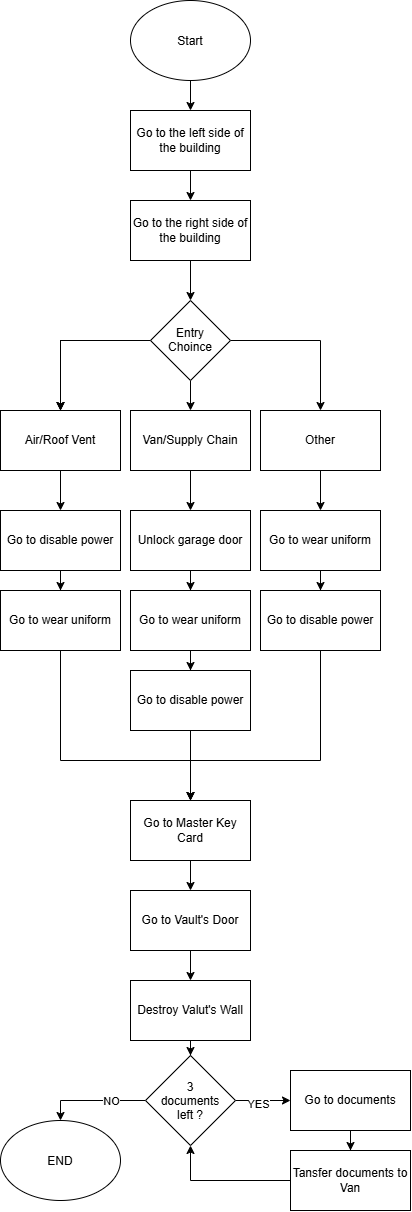
Earlier version of the draw.io export RedTeamFlow.png (MGoapX20/lecasadedatos). Source tidied: cells renumbered, new cells last; positions are measured from the earlier drawing's top-left corner, leaving out a move shared by most shapes.
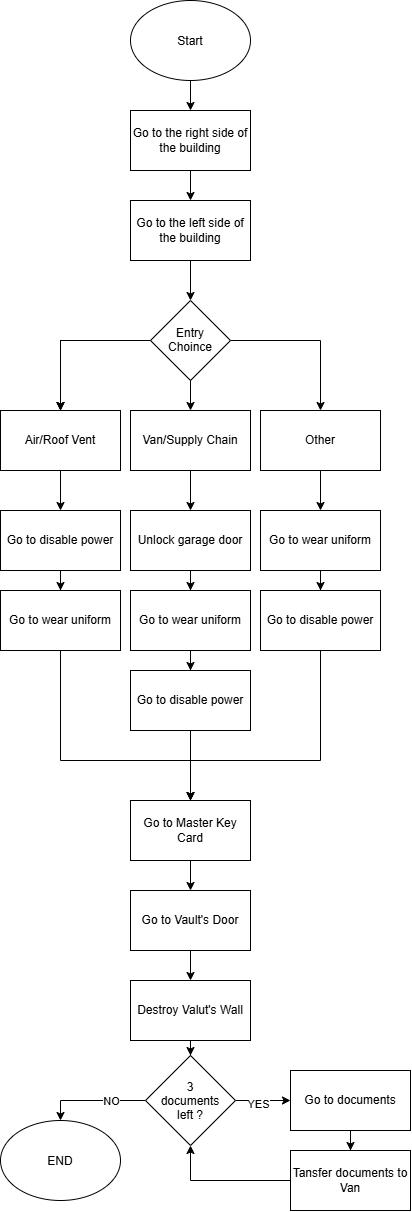
Later version of the same file.

What changed in the source:
```diff
@@ -11,13 +11,13 @@
     <mxCell id="4" style="edgeStyle=orthogonalEdgeStyle;rounded=0;jettySize=auto;html=1;entryX=0.5;entryY=0;entryDx=0;entryDy=0;" parent="1" edge="1" source="5" target="7">
       <mxGeometry relative="1" as="geometry" />
     </mxCell>
-    <mxCell id="5" value="Go to the left side of the building" style="rounded=0;whiteSpace=wrap;html=1;" parent="1" vertex="1">
+    <mxCell id="5" value="Go to the right side of the building" style="rounded=0;whiteSpace=wrap;html=1;" parent="1" vertex="1">
       <mxGeometry x="130" y="110" width="120" height="60" as="geometry" />
     </mxCell>
     <mxCell id="6" style="edgeStyle=orthogonalEdgeStyle;rounded=0;jettySize=auto;html=1;entryX=0.5;entryY=0;entryDx=0;entryDy=0;" parent="1" edge="1" source="7" target="13">
       <mxGeometry relative="1" as="geometry" />
     </mxCell>
-    <mxCell id="7" value="Go to the right side of the building" style="rounded=0;whiteSpace=wrap;html=1;" parent="1" vertex="1">
+    <mxCell id="7" value="Go to the left side of the building" style="rounded=0;whiteSpace=wrap;html=1;" parent="1" vertex="1">
       <mxGeometry x="130" y="200" width="120" height="60" as="geometry" />
     </mxCell>
     <mxCell id="8" style="edgeStyle=orthogonalEdgeStyle;rounded=0;jettySize=auto;html=1;" parent="1" edge="1" source="13" target="15">
```
